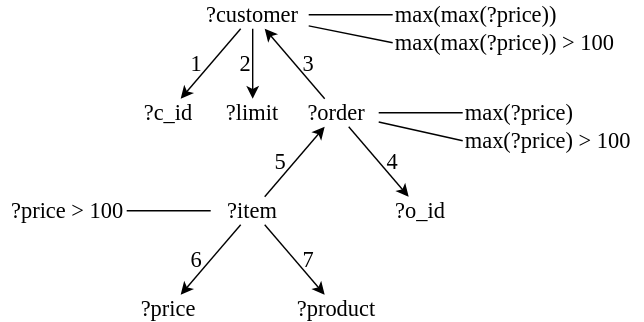
Above: documentation/static/img/variable-tree-expressions.svg in mmcatdb/mmcat (draw.io), before the change. Source tidied: cells renumbered, new cells last; positions are measured from the earlier drawing's top-left corner, leaving out a move shared by most shapes.
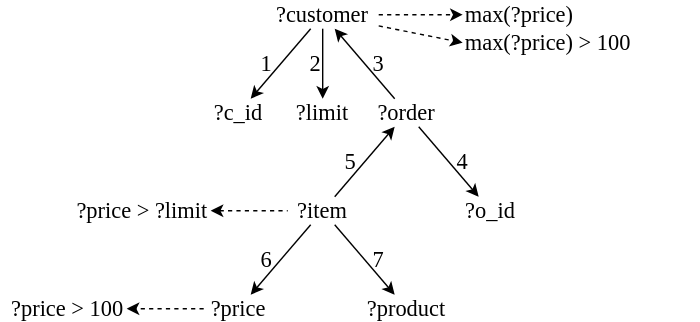
Above is the later version.

Change to the diagram source:
```diff
@@ -14,7 +14,7 @@
     <mxCell id="5" style="rounded=0;jettySize=auto;html=1;" parent="1" edge="1" source="7" target="2">
       <mxGeometry relative="1" as="geometry" />
     </mxCell>
-    <mxCell id="6" style="rounded=0;jettySize=auto;html=1;endArrow=none;endFill=0;" parent="1" edge="1" source="7" target="29">
+    <mxCell id="6" style="rounded=0;jettySize=auto;html=1;endArrow=classic;endFill=1;dashed=1;" parent="1" edge="1" source="7" target="29">
       <mxGeometry relative="1" as="geometry" />
     </mxCell>
     <mxCell id="7" value="?customer" style="text;html=1;align=center;verticalAlign=middle;whiteSpace=wrap;rounded=0;fontFamily=Ubuntu;fontSize=16;" parent="1" vertex="1">
@@ -26,12 +26,6 @@
     <mxCell id="9" style="rounded=0;jettySize=auto;html=1;" parent="1" edge="1" source="12" target="13">
       <mxGeometry relative="1" as="geometry" />
     </mxCell>
-    <mxCell id="10" style="rounded=0;jettySize=auto;html=1;endArrow=none;endFill=0;" parent="1" edge="1" source="12" target="28">
-      <mxGeometry relative="1" as="geometry" />
-    </mxCell>
-    <mxCell id="11" style="rounded=0;jettySize=auto;html=1;endArrow=none;endFill=0;entryX=0;entryY=0.5;entryDx=0;entryDy=0;" parent="1" edge="1" source="12" target="31">
-      <mxGeometry relative="1" as="geometry" />
-    </mxCell>
     <mxCell id="12" value="?order" style="text;html=1;align=center;verticalAlign=middle;whiteSpace=wrap;rounded=0;fontFamily=Ubuntu;fontSize=16;" parent="1" vertex="1">
       <mxGeometry x="210" y="70" width="60" height="20" as="geometry" />
     </mxCell>
@@ -47,14 +41,14 @@
     <mxCell id="16" style="rounded=0;jettySize=auto;html=1;" parent="1" edge="1" source="18" target="20">
       <mxGeometry relative="1" as="geometry" />
     </mxCell>
-    <mxCell id="17" style="rounded=0;jettySize=auto;html=1;endArrow=none;endFill=0;" parent="1" edge="1" source="18" target="30">
+    <mxCell id="17" style="rounded=0;jettySize=auto;html=1;endArrow=classic;endFill=1;startArrow=none;startFill=0;dashed=1;" parent="1" edge="1" source="19" target="30">
       <mxGeometry relative="1" as="geometry" />
     </mxCell>
     <mxCell id="18" value="?item" style="text;html=1;align=center;verticalAlign=middle;whiteSpace=wrap;rounded=0;fontFamily=Ubuntu;fontSize=16;" parent="1" vertex="1">
-      <mxGeometry x="150" y="140" width="60" height="20" as="geometry" />
+      <mxGeometry x="155" y="140" width="50" height="20" as="geometry" />
     </mxCell>
     <mxCell id="19" value="?price" style="text;html=1;align=center;verticalAlign=middle;whiteSpace=wrap;rounded=0;fontFamily=Ubuntu;fontSize=16;" parent="1" vertex="1">
-      <mxGeometry x="90" y="210" width="60" height="20" as="geometry" />
+      <mxGeometry x="95" y="210" width="50" height="20" as="geometry" />
     </mxCell>
     <mxCell id="20" value="?product" style="text;html=1;align=center;verticalAlign=middle;whiteSpace=wrap;rounded=0;fontFamily=Ubuntu;fontSize=16;" parent="1" vertex="1">
       <mxGeometry x="200" y="210" width="80" height="20" as="geometry" />
@@ -80,23 +74,23 @@
     <mxCell id="27" value="6" style="text;html=1;align=center;verticalAlign=middle;whiteSpace=wrap;rounded=0;fontFamily=Ubuntu;fontSize=16;" parent="1" vertex="1">
       <mxGeometry x="130" y="175" width="20" height="20" as="geometry" />
     </mxCell>
-    <mxCell id="28" value="&lt;font&gt;max(?price)&lt;/font&gt;" style="text;html=1;align=left;verticalAlign=middle;whiteSpace=wrap;rounded=0;fontFamily=Ubuntu;fontSize=16;" parent="1" vertex="1">
-      <mxGeometry x="330" y="70" width="90" height="20" as="geometry" />
-    </mxCell>
-    <mxCell id="29" value="&lt;font&gt;max(max(?price))&lt;/font&gt;" style="text;html=1;align=left;verticalAlign=middle;whiteSpace=wrap;rounded=0;fontFamily=Ubuntu;fontSize=16;" parent="1" vertex="1">
+    <mxCell id="29" value="&lt;font&gt;max(?price)&lt;/font&gt;" style="text;html=1;align=left;verticalAlign=middle;whiteSpace=wrap;rounded=0;fontFamily=Ubuntu;fontSize=16;" parent="1" vertex="1">
       <mxGeometry x="280" width="130" height="20" as="geometry" />
     </mxCell>
     <mxCell id="30" value="?price &amp;gt; 100" style="text;html=1;align=right;verticalAlign=middle;whiteSpace=wrap;rounded=0;fontFamily=Ubuntu;fontSize=16;fontStyle=0;" parent="1" vertex="1">
-      <mxGeometry y="140" width="90" height="20" as="geometry" />
+      <mxGeometry x="-50" y="210" width="90" height="20" as="geometry" />
     </mxCell>
-    <mxCell id="31" value="&lt;font&gt;max(?price) &amp;gt; 100&lt;/font&gt;" style="text;html=1;align=left;verticalAlign=middle;whiteSpace=wrap;rounded=0;fontFamily=Ubuntu;fontSize=16;" parent="1" vertex="1">
-      <mxGeometry x="330" y="90" width="130" height="20" as="geometry" />
-    </mxCell>
-    <mxCell id="32" value="&lt;font&gt;max(max(?price)) &amp;gt; 100&lt;/font&gt;" style="text;html=1;align=left;verticalAlign=middle;whiteSpace=wrap;rounded=0;fontFamily=Ubuntu;fontSize=16;" parent="1" vertex="1">
+    <mxCell id="32" value="&lt;font&gt;max(?price) &amp;gt; 100&lt;/font&gt;" style="text;html=1;align=left;verticalAlign=middle;whiteSpace=wrap;rounded=0;fontFamily=Ubuntu;fontSize=16;" parent="1" vertex="1">
       <mxGeometry x="280" y="20" width="170" height="20" as="geometry" />
     </mxCell>
-    <mxCell id="33" style="rounded=0;jettySize=auto;html=1;endArrow=none;endFill=0;entryX=0;entryY=0.5;entryDx=0;entryDy=0;" parent="1" edge="1" source="7" target="32">
+    <mxCell id="33" style="rounded=0;jettySize=auto;html=1;endArrow=classic;endFill=1;entryX=0;entryY=0.5;entryDx=0;entryDy=0;dashed=1;" parent="1" edge="1" source="7" target="32">
       <mxGeometry relative="1" as="geometry" />
     </mxCell>
+    <mxCell id="34" style="edgeStyle=orthogonalEdgeStyle;rounded=0;jettySize=auto;html=1;endArrow=none;startFill=1;startArrow=classic;dashed=1;" parent="1" edge="1" source="35" target="18">
+      <mxGeometry relative="1" as="geometry" />
+    </mxCell>
+    <mxCell id="35" value="?price &amp;gt; ?limit" style="text;html=1;align=right;verticalAlign=middle;whiteSpace=wrap;rounded=0;fontFamily=Ubuntu;fontSize=16;fontStyle=0;" parent="1" vertex="1">
+      <mxGeometry x="-10" y="140" width="110" height="20" as="geometry" />
+    </mxCell>
   </root>
 </mxGraphModel>
```
